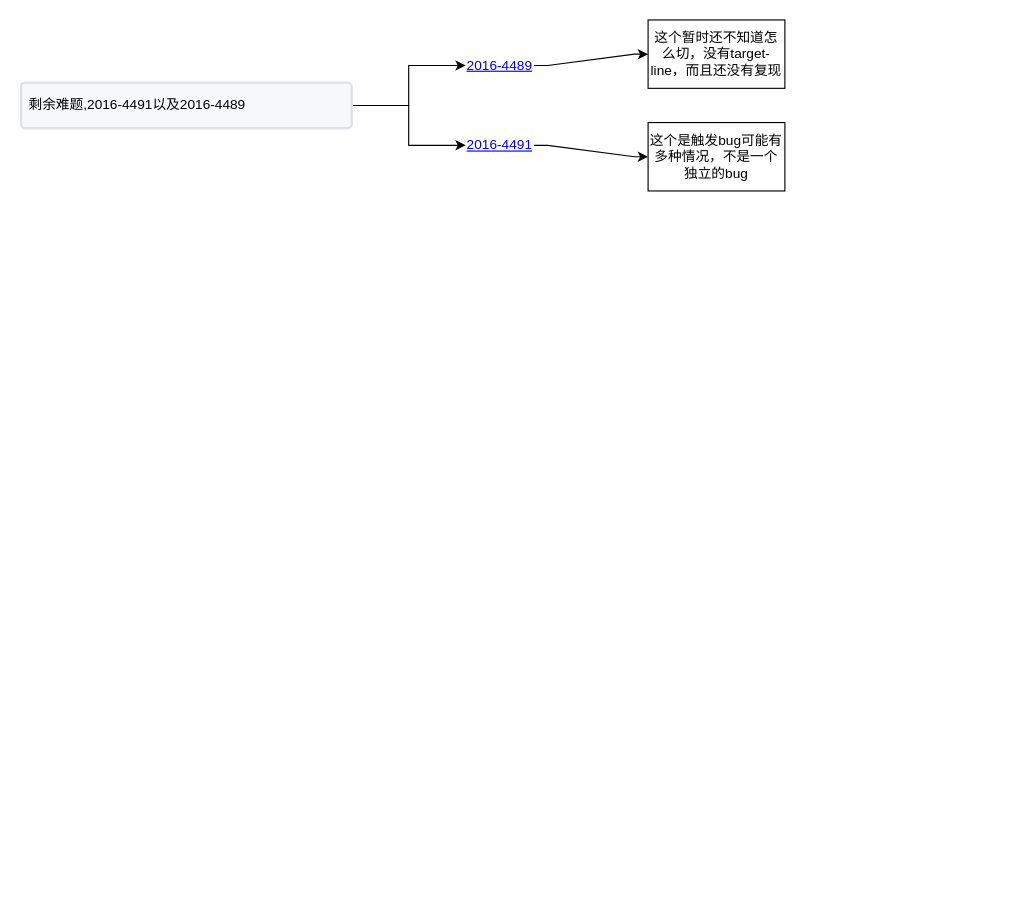
Above: js/cvetest.drawio in bloodycoder/bloodycoder.github.io (draw.io), before the change. Source tidied: cells renumbered, new cells numbered last; positions are measured from the earlier drawing's top-left corner, leaving out a move shared by most shapes. Both pictures are drawn from the tidied source at 114%, with x=0, y=0 at pixel (21, 19).
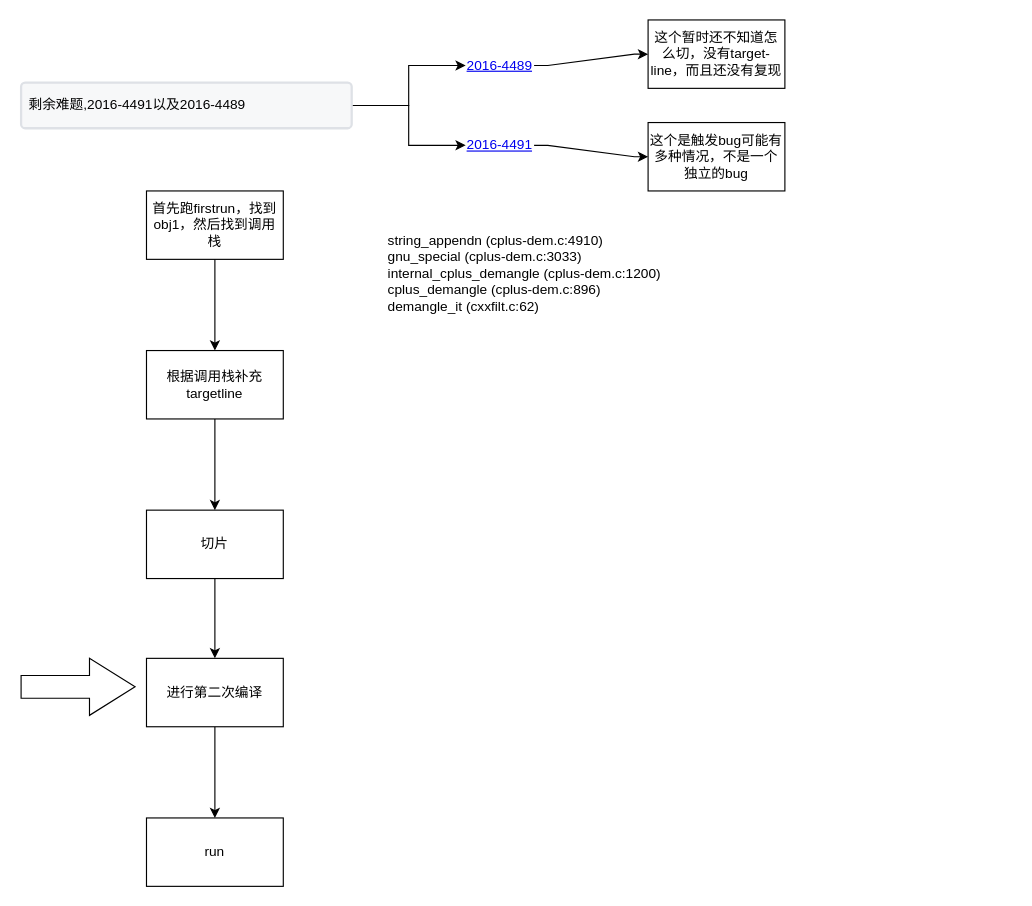
The same diagram, later.

The edit, as a diff of the source:
```diff
@@
+    <mxCell id="11" style="edgeStyle=orthogonalEdgeStyle;rounded=0;jettySize=auto;html=1;" parent="1" edge="1" source="12" target="14">
+      <mxGeometry relative="1" as="geometry" />
+    </mxCell>
+    <mxCell id="12" value="首先跑firstrun，找到obj1，然后找到调用栈" style="rounded=0;whiteSpace=wrap;html=1;" parent="1" vertex="1">
+      <mxGeometry x="110" y="150" width="120" height="60" as="geometry" />
+    </mxCell>
+    <mxCell id="13" style="edgeStyle=orthogonalEdgeStyle;rounded=0;jettySize=auto;html=1;" parent="1" edge="1" source="14" target="21">
+      <mxGeometry relative="1" as="geometry" />
+    </mxCell>
+    <mxCell id="14" value="根据调用栈补充targetline" style="whiteSpace=wrap;html=1;rounded=0;" parent="1" vertex="1">
+      <mxGeometry x="110" y="290" width="120" height="60" as="geometry" />
+    </mxCell>
+    <mxCell id="15" style="edgeStyle=orthogonalEdgeStyle;rounded=0;jettySize=auto;html=1;" parent="1" edge="1" source="16" target="17">
+      <mxGeometry relative="1" as="geometry" />
+    </mxCell>
+    <mxCell id="16" value="进行第二次编译" style="whiteSpace=wrap;html=1;rounded=0;" parent="1" vertex="1">
+      <mxGeometry x="110" y="560" width="120" height="60" as="geometry" />
+    </mxCell>
+    <mxCell id="17" value="run" style="whiteSpace=wrap;html=1;rounded=0;" parent="1" vertex="1">
+      <mxGeometry x="110" y="700" width="120" height="60" as="geometry" />
+    </mxCell>
+    <mxCell id="18" style="html=1;shadow=0;dashed=0;align=center;verticalAlign=middle;shape=mxgraph.arrows2.arrow;dy=0.6;dx=40;notch=0;" parent="1" vertex="1">
+      <mxGeometry y="560" width="100" height="50" as="geometry" />
+    </mxCell>
+    <mxCell id="19" value="string_appendn (cplus-dem.c:4910)&lt;br&gt;gnu_special (cplus-dem.c:3033)&lt;br&gt;internal_cplus_demangle (cplus-dem.c:1200)&lt;br&gt;cplus_demangle (cplus-dem.c:896)&lt;br&gt;demangle_it (cxxfilt.c:62)" style="text;whiteSpace=wrap;html=1;" parent="1" vertex="1">
+      <mxGeometry x="320" y="180" width="550" height="70" as="geometry" />
+    </mxCell>
+    <mxCell id="20" style="edgeStyle=orthogonalEdgeStyle;rounded=0;jettySize=auto;html=1;exitX=0.5;exitY=1;exitDx=0;exitDy=0;entryX=0.5;entryY=0;entryDx=0;entryDy=0;" parent="1" edge="1" source="21" target="16">
+      <mxGeometry relative="1" as="geometry" />
+    </mxCell>
+    <mxCell id="21" value="切片" style="whiteSpace=wrap;html=1;rounded=0;" parent="1" vertex="1">
+      <mxGeometry x="110" y="430" width="120" height="60" as="geometry" />
+    </mxCell>
```
